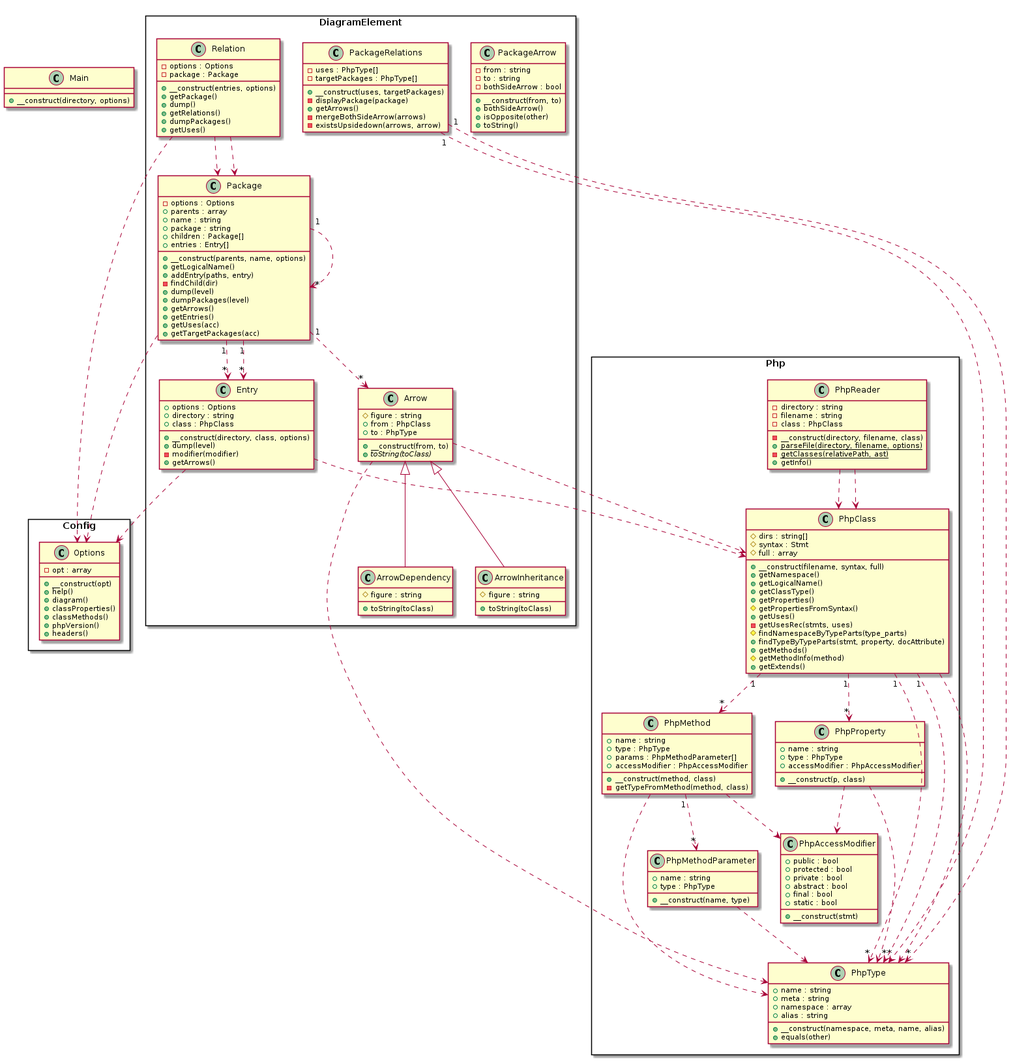
This is dogfood.png from smeghead/php-class-diagram, a PlantUML export, as it was before one commit.
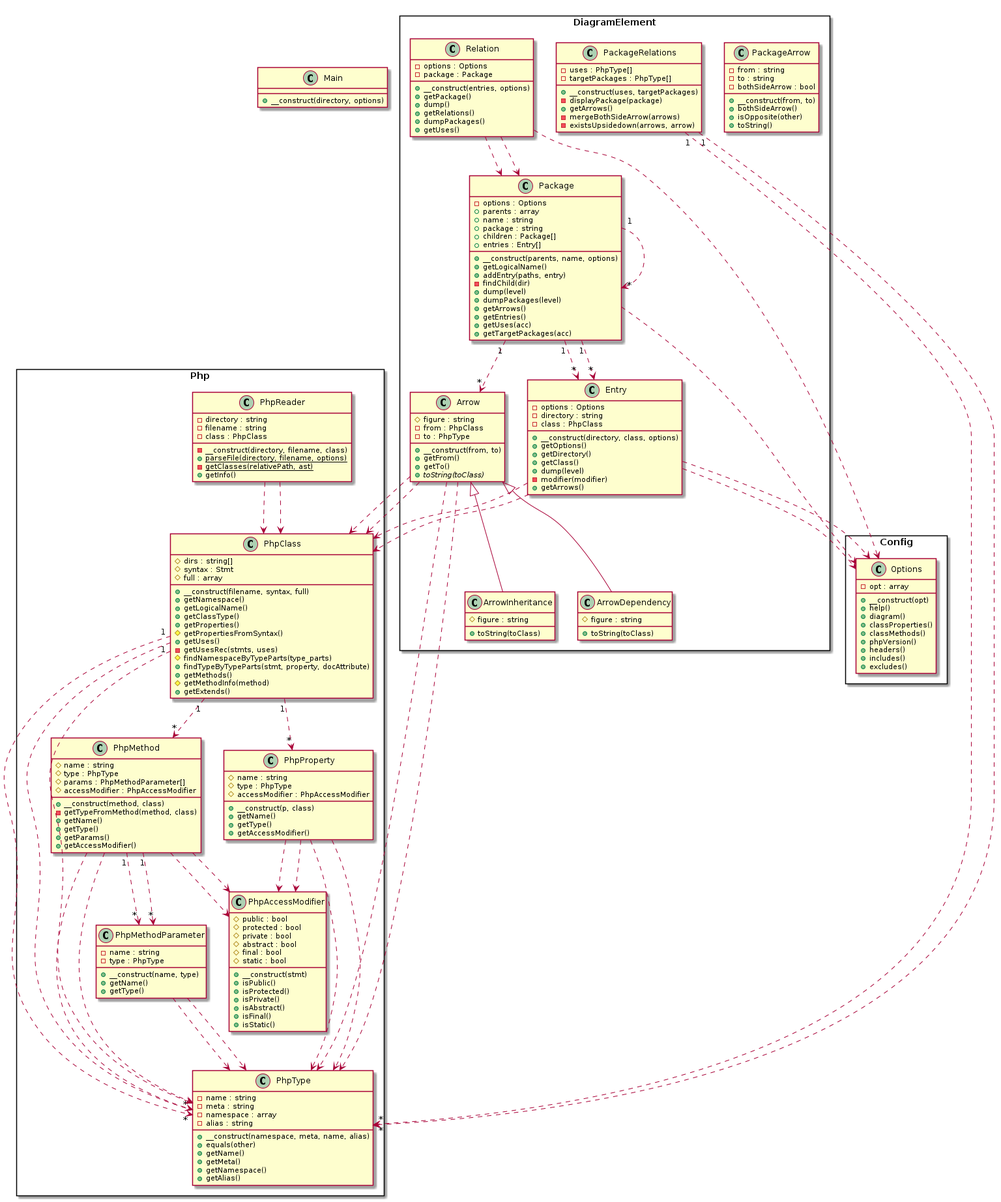
The same diagram one commit later.

Change to the diagram source:
```diff
@@ -1,6 +1,90 @@
 @startuml class-diagram
   class Main {
     +__construct(directory, options)
+  }
+  package Php as Php <<Rectangle>> {
+    class Php.PhpMethodParameter {
+      -name : string
+      -type : PhpType
+      +__construct(name, type)
+      +getName()
+      +getType()
+    }
+    class Php.PhpProperty {
+      #name : string
+      #type : PhpType
+      #accessModifier : PhpAccessModifier
+      +__construct(p, class)
+      +getName()
+      +getType()
+      +getAccessModifier()
+    }
+    class Php.PhpClass {
+      #dirs : string[]
+      #syntax : Stmt
+      #full : array
+      +__construct(filename, syntax, full)
+      +getNamespace()
+      +getLogicalName()
+      +getClassType()
+      +getProperties()
+      #getPropertiesFromSyntax()
+      +getUses()
+      -getUsesRec(stmts, uses)
+      #findNamespaceByTypeParts(type_parts)
+      +findTypeByTypeParts(stmt, property, docAttribute)
+      +getMethods()
+      #getMethodInfo(method)
+      +getExtends()
+    }
+    class Php.PhpReader {
+      -directory : string
+      -filename : string
+      -class : PhpClass
+      -__construct(directory, filename, class)
+      {static} +parseFile(directory, filename, options)
+      {static} -getClasses(relativePath, ast)
+      +getInfo()
+    }
+    class Php.PhpMethod {
+      #name : string
+      #type : PhpType
+      #params : PhpMethodParameter[]
+      #accessModifier : PhpAccessModifier
+      +__construct(method, class)
+      -getTypeFromMethod(method, class)
+      +getName()
+      +getType()
+      +getParams()
+      +getAccessModifier()
+    }
+    class Php.PhpAccessModifier {
+      #public : bool
+      #protected : bool
+      #private : bool
+      #abstract : bool
+      #final : bool
+      #static : bool
+      +__construct(stmt)
+      +isPublic()
+      +isProtected()
+      +isPrivate()
+      +isAbstract()
+      +isFinal()
+      +isStatic()
+    }
+    class Php.PhpType {
+      -name : string
+      -meta : string
+      -namespace : array
+      -alias : string
+      +__construct(namespace, meta, name, alias)
+      +equals(other)
+      +getName()
+      +getMeta()
+      +getNamespace()
+      +getAlias()
+    }
   }
   package Config as Config <<Rectangle>> {
     class Config.Options {
@@ -12,32 +96,53 @@
       +classMethods()
       +phpVersion()
       +headers()
+      +includes()
+      +excludes()
     }
   }
   package DiagramElement as DiagramElement <<Rectangle>> {
-    class DiagramElement.Arrow {
-      #figure : string
-      +from : PhpClass
-      +to : PhpType
-      +__construct(from, to)
-      {abstract} +toString(toClass)
-    }
-    class DiagramElement.ArrowDependency {
-      #figure : string
-      +toString(toClass)
-    }
     class DiagramElement.ArrowInheritance {
       #figure : string
       +toString(toClass)
     }
     class DiagramElement.Entry {
-      +options : Options
-      +directory : string
-      +class : PhpClass
+      -options : Options
+      -directory : string
+      -class : PhpClass
       +__construct(directory, class, options)
+      +getOptions()
+      +getDirectory()
+      +getClass()
       +dump(level)
       -modifier(modifier)
       +getArrows()
+    }
+    class DiagramElement.Arrow {
+      #figure : string
+      -from : PhpClass
+      -to : PhpType
+      +__construct(from, to)
+      +getFrom()
+      +getTo()
+      {abstract} +toString(toClass)
+    }
+    class DiagramElement.PackageArrow {
+      -from : string
+      -to : string
+      -bothSideArrow : bool
+      +__construct(from, to)
+      +bothSideArrow()
+      +isOpposite(other)
+      +toString()
+    }
+    class DiagramElement.PackageRelations {
+      -uses : PhpType[]
+      -targetPackages : PhpType[]
+      +__construct(uses, targetPackages)
+      -displayPackage(package)
+      +getArrows()
+      -mergeBothSideArrow(arrows)
+      -existsUpsidedown(arrows, arrow)
     }
     class DiagramElement.Package {
       -options : Options
@@ -57,24 +162,6 @@
       +getUses(acc)
       +getTargetPackages(acc)
     }
-    class DiagramElement.PackageArrow {
-      -from : string
-      -to : string
-      -bothSideArrow : bool
-      +__construct(from, to)
-      +bothSideArrow()
-      +isOpposite(other)
-      +toString()
-    }
-    class DiagramElement.PackageRelations {
-      -uses : PhpType[]
-      -targetPackages : PhpType[]
-      +__construct(uses, targetPackages)
-      -displayPackage(package)
-      +getArrows()
-      -mergeBothSideArrow(arrows)
-      -existsUpsidedown(arrows, arrow)
-    }
     class DiagramElement.Relation {
       -options : Options
       -package : Package
@@ -85,77 +172,20 @@
       +dumpPackages()
       +getUses()
     }
-  }
-  package Php as Php <<Rectangle>> {
-    class Php.PhpAccessModifier {
-      +public : bool
-      +protected : bool
-      +private : bool
-      +abstract : bool
-      +final : bool
-      +static : bool
-      +__construct(stmt)
-    }
-    class Php.PhpClass {
-      #dirs : string[]
-      #syntax : Stmt
-      #full : array
-      +__construct(filename, syntax, full)
-      +getNamespace()
-      +getLogicalName()
-      +getClassType()
-      +getProperties()
-      #getPropertiesFromSyntax()
-      +getUses()
-      -getUsesRec(stmts, uses)
-      #findNamespaceByTypeParts(type_parts)
-      +findTypeByTypeParts(stmt, property, docAttribute)
-      +getMethods()
-      #getMethodInfo(method)
-      +getExtends()
-    }
-    class Php.PhpMethod {
-      +name : string
-      +type : PhpType
-      +params : PhpMethodParameter[]
-      +accessModifier : PhpAccessModifier
-      +__construct(method, class)
-      -getTypeFromMethod(method, class)
-    }
-    class Php.PhpMethodParameter {
-      +name : string
-      +type : PhpType
-      +__construct(name, type)
-    }
-    class Php.PhpProperty {
-      +name : string
-      +type : PhpType
-      +accessModifier : PhpAccessModifier
-      +__construct(p, class)
-    }
-    class Php.PhpReader {
-      -directory : string
-      -filename : string
-      -class : PhpClass
-      -__construct(directory, filename, class)
-      {static} +parseFile(directory, filename, options)
-      {static} -getClasses(relativePath, ast)
-      +getInfo()
-    }
-    class Php.PhpType {
-      +name : string
-      +meta : string
-      +namespace : array
-      +alias : string
-      +__construct(namespace, meta, name, alias)
-      +equals(other)
+    class DiagramElement.ArrowDependency {
+      #figure : string
+      +toString(toClass)
     }
   }
   DiagramElement.Arrow ..> Php.PhpClass
+  DiagramElement.Arrow ..> Php.PhpClass
+  DiagramElement.Arrow ..> Php.PhpType
   DiagramElement.Arrow ..> Php.PhpType
   DiagramElement.Arrow <|-- DiagramElement.ArrowDependency
   DiagramElement.Arrow <|-- DiagramElement.ArrowInheritance
   DiagramElement.Entry ..> Config.Options
+  DiagramElement.Entry ..> Config.Options
+  DiagramElement.Entry ..> Php.PhpClass
   DiagramElement.Entry ..> Php.PhpClass
   DiagramElement.Package "1" ..> "*" DiagramElement.Arrow
   DiagramElement.Package "1" ..> "*" DiagramElement.Entry
@@ -173,10 +203,16 @@
   Php.PhpClass "1" ..> "*" Php.PhpType
   Php.PhpClass ..> Php.PhpType
   Php.PhpMethod "1" ..> "*" Php.PhpMethodParameter
+  Php.PhpMethod "1" ..> "*" Php.PhpMethodParameter
+  Php.PhpMethod ..> Php.PhpAccessModifier
   Php.PhpMethod ..> Php.PhpAccessModifier
   Php.PhpMethod ..> Php.PhpType
+  Php.PhpMethod ..> Php.PhpType
+  Php.PhpMethodParameter ..> Php.PhpType
   Php.PhpMethodParameter ..> Php.PhpType
   Php.PhpProperty ..> Php.PhpAccessModifier
+  Php.PhpProperty ..> Php.PhpAccessModifier
+  Php.PhpProperty ..> Php.PhpType
   Php.PhpProperty ..> Php.PhpType
   Php.PhpReader ..> Php.PhpClass
   Php.PhpReader ..> Php.PhpClass
```
